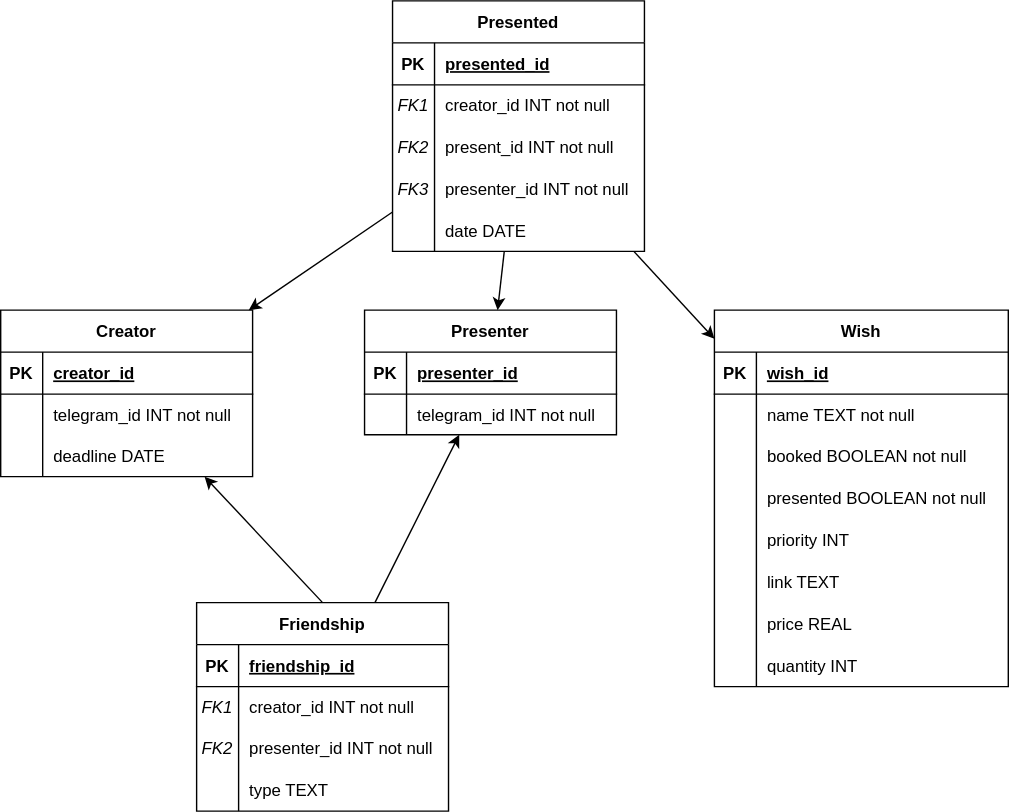
The draw.io diagram db_schema.svg in olegfafurin/lauzhack-2022, before a commit. Source tidied: cells renumbered, new cells last; positions are measured from the earlier drawing's top-left corner, leaving out a move shared by most shapes.
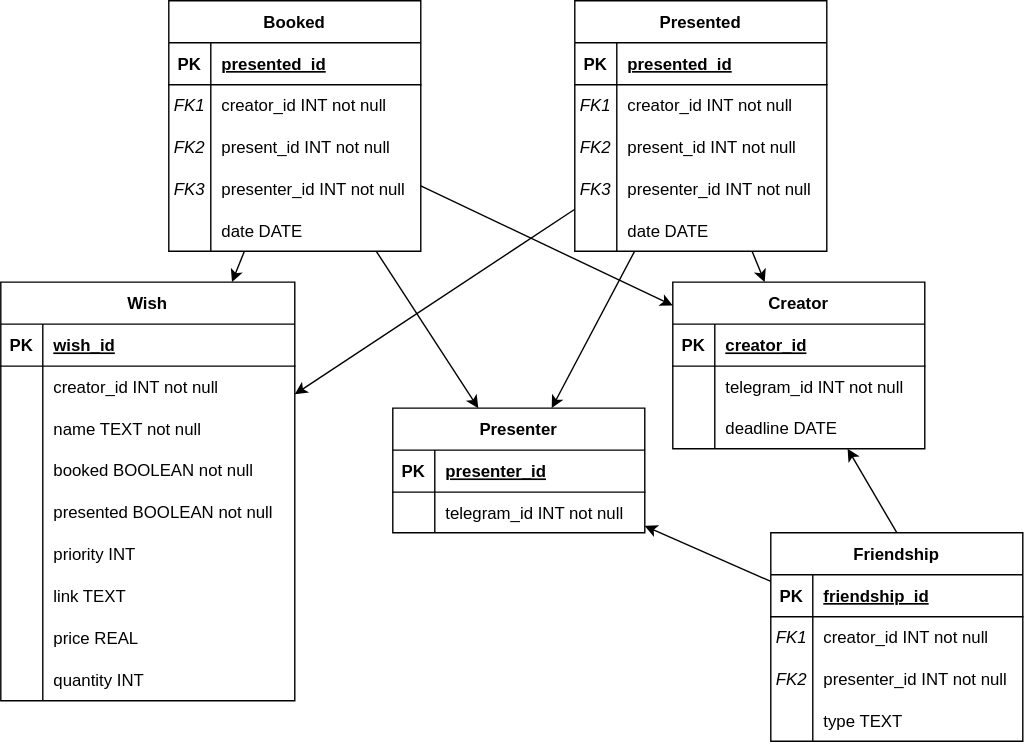
The same file after the commit.

Commit message:
Update schema: booked-presented separation

What changed in the source:
```diff
@@ -3,7 +3,7 @@
     <mxCell id="0" />
     <mxCell id="1" parent="0" />
     <mxCell id="2" value="Creator" style="shape=table;startSize=30;rowLines=0;fontStyle=1;align=center;" parent="1" vertex="1">
-      <mxGeometry y="221" width="180" height="119" as="geometry" />
+      <mxGeometry x="470" y="191" width="180" height="119" as="geometry" />
     </mxCell>
     <mxCell id="3" style="shape=tableRow;horizontal=0;startSize=0;swimlaneHead=0;swimlaneBody=0;fillColor=none;top=0;left=0;right=0;bottom=1;" parent="2" vertex="1">
       <mxGeometry y="30" width="180" height="30" as="geometry" />
@@ -33,7 +33,7 @@
       <mxGeometry x="30" width="150" height="30" as="geometry" />
     </mxCell>
     <mxCell id="12" value="Presenter" style="shape=table;startSize=30;rowLines=0;fontStyle=1;align=center;" parent="1" vertex="1">
-      <mxGeometry x="260" y="221" width="180" height="89" as="geometry" />
+      <mxGeometry x="270" y="281" width="180" height="89" as="geometry" />
     </mxCell>
     <mxCell id="13" style="shape=tableRow;horizontal=0;startSize=0;swimlaneHead=0;swimlaneBody=0;fillColor=none;top=0;left=0;right=0;bottom=1;" parent="12" vertex="1">
       <mxGeometry y="30" width="180" height="30" as="geometry" />
@@ -54,19 +54,28 @@
       <mxGeometry x="30" width="150" height="29" as="geometry" />
     </mxCell>
     <mxCell id="19" value="Wish" style="shape=table;startSize=30;rowLines=0;fontStyle=1;align=center;" parent="1" vertex="1">
-      <mxGeometry x="510" y="221" width="210" height="269" as="geometry" />
+      <mxGeometry x="-10" y="191" width="210" height="299" as="geometry" />
     </mxCell>
+    <mxCell id="78" style="shape=tableRow;horizontal=0;startSize=0;swimlaneHead=0;swimlaneBody=0;fillColor=none;top=0;left=0;right=0;bottom=1;" parent="19" vertex="1">
+      <mxGeometry y="30" width="210" height="30" as="geometry" />
+    </mxCell>
+    <mxCell id="79" value="PK" style="shape=partialRectangle;fillColor=none;top=0;left=0;bottom=0;right=0;fontStyle=1;overflow=hidden;" parent="78" vertex="1">
+      <mxGeometry width="30" height="30" as="geometry" />
+    </mxCell>
+    <mxCell id="80" value="wish_id" style="shape=partialRectangle;fillColor=none;top=0;left=0;bottom=0;right=0;align=left;spacingLeft=6;fontStyle=5;overflow=hidden;" parent="78" vertex="1">
+      <mxGeometry x="30" width="180" height="30" as="geometry" />
+    </mxCell>
-    <mxCell id="20" style="shape=tableRow;horizontal=0;startSize=0;swimlaneHead=0;swimlaneBody=0;fillColor=none;top=0;left=0;right=0;bottom=1;" parent="19" vertex="1">
-      <mxGeometry y="30" width="210" height="30" as="geometry" />
+    <mxCell id="20" style="shape=tableRow;horizontal=0;startSize=0;swimlaneHead=0;swimlaneBody=0;fillColor=none;top=0;left=0;right=0;bottom=1;strokeColor=none;" parent="19" vertex="1">
+      <mxGeometry y="60" width="210" height="30" as="geometry" />
     </mxCell>
-    <mxCell id="21" value="PK" style="shape=partialRectangle;fillColor=none;top=0;left=0;bottom=0;right=0;fontStyle=1;overflow=hidden;" parent="20" vertex="1">
+    <mxCell id="21" style="shape=partialRectangle;fillColor=none;top=0;left=0;bottom=0;right=0;fontStyle=0;overflow=hidden;" parent="20" vertex="1">
       <mxGeometry width="30" height="30" as="geometry" />
     </mxCell>
-    <mxCell id="22" value="wish_id" style="shape=partialRectangle;fillColor=none;top=0;left=0;bottom=0;right=0;align=left;spacingLeft=6;fontStyle=5;overflow=hidden;" parent="20" vertex="1">
+    <mxCell id="22" value="creator_id INT not null" style="shape=partialRectangle;fillColor=none;top=0;left=0;bottom=0;right=0;align=left;spacingLeft=6;fontStyle=0;overflow=hidden;strokeColor=default;" parent="20" vertex="1">
       <mxGeometry x="30" width="180" height="30" as="geometry" />
     </mxCell>
     <mxCell id="23" style="shape=tableRow;horizontal=0;startSize=0;swimlaneHead=0;swimlaneBody=0;fillColor=none;top=0;left=0;right=0;bottom=0;" parent="19" vertex="1">
-      <mxGeometry y="60" width="210" height="29" as="geometry" />
+      <mxGeometry y="90" width="210" height="29" as="geometry" />
     </mxCell>
     <mxCell id="24" style="shape=partialRectangle;fillColor=none;top=0;left=0;bottom=0;right=0;overflow=hidden;" parent="23" vertex="1">
       <mxGeometry width="30" height="29" as="geometry" />
@@ -75,7 +84,7 @@
       <mxGeometry x="30" width="180" height="29" as="geometry" />
     </mxCell>
     <mxCell id="26" style="shape=tableRow;horizontal=0;startSize=0;swimlaneHead=0;swimlaneBody=0;fillColor=none;top=0;left=0;right=0;bottom=0;" parent="19" vertex="1">
-      <mxGeometry y="89" width="210" height="30" as="geometry" />
+      <mxGeometry y="119" width="210" height="30" as="geometry" />
     </mxCell>
     <mxCell id="27" style="shape=partialRectangle;fillColor=none;top=0;left=0;bottom=0;right=0;overflow=hidden;" parent="26" vertex="1">
       <mxGeometry width="30" height="30" as="geometry" />
@@ -84,7 +93,7 @@
       <mxGeometry x="30" width="180" height="30" as="geometry" />
     </mxCell>
     <mxCell id="29" style="shape=tableRow;horizontal=0;startSize=0;swimlaneHead=0;swimlaneBody=0;fillColor=none;top=0;left=0;right=0;bottom=0;" parent="19" vertex="1">
-      <mxGeometry y="119" width="210" height="30" as="geometry" />
+      <mxGeometry y="149" width="210" height="30" as="geometry" />
     </mxCell>
     <mxCell id="30" style="shape=partialRectangle;fillColor=none;top=0;left=0;bottom=0;right=0;overflow=hidden;" parent="29" vertex="1">
       <mxGeometry width="30" height="30" as="geometry" />
@@ -93,7 +102,7 @@
       <mxGeometry x="30" width="180" height="30" as="geometry" />
     </mxCell>
     <mxCell id="32" style="shape=tableRow;horizontal=0;startSize=0;swimlaneHead=0;swimlaneBody=0;fillColor=none;top=0;left=0;right=0;bottom=0;" parent="19" vertex="1">
-      <mxGeometry y="149" width="210" height="30" as="geometry" />
+      <mxGeometry y="179" width="210" height="30" as="geometry" />
     </mxCell>
     <mxCell id="33" style="shape=partialRectangle;fillColor=none;top=0;left=0;bottom=0;right=0;overflow=hidden;" parent="32" vertex="1">
       <mxGeometry width="30" height="30" as="geometry" />
@@ -102,7 +111,7 @@
       <mxGeometry x="30" width="180" height="30" as="geometry" />
     </mxCell>
     <mxCell id="35" style="shape=tableRow;horizontal=0;startSize=0;swimlaneHead=0;swimlaneBody=0;fillColor=none;top=0;left=0;right=0;bottom=0;" parent="19" vertex="1">
-      <mxGeometry y="179" width="210" height="30" as="geometry" />
+      <mxGeometry y="209" width="210" height="30" as="geometry" />
     </mxCell>
     <mxCell id="36" style="shape=partialRectangle;fillColor=none;top=0;left=0;bottom=0;right=0;overflow=hidden;" parent="35" vertex="1">
       <mxGeometry width="30" height="30" as="geometry" />
@@ -111,7 +120,7 @@
       <mxGeometry x="30" width="180" height="30" as="geometry" />
     </mxCell>
     <mxCell id="38" style="shape=tableRow;horizontal=0;startSize=0;swimlaneHead=0;swimlaneBody=0;fillColor=none;top=0;left=0;right=0;bottom=0;" parent="19" vertex="1">
-      <mxGeometry y="209" width="210" height="30" as="geometry" />
+      <mxGeometry y="239" width="210" height="30" as="geometry" />
     </mxCell>
     <mxCell id="39" style="shape=partialRectangle;fillColor=none;top=0;left=0;bottom=0;right=0;overflow=hidden;" parent="38" vertex="1">
       <mxGeometry width="30" height="30" as="geometry" />
@@ -120,7 +129,7 @@
       <mxGeometry x="30" width="180" height="30" as="geometry" />
     </mxCell>
     <mxCell id="41" style="shape=tableRow;horizontal=0;startSize=0;swimlaneHead=0;swimlaneBody=0;fillColor=none;top=0;left=0;right=0;bottom=0;" parent="19" vertex="1">
-      <mxGeometry y="239" width="210" height="30" as="geometry" />
+      <mxGeometry y="269" width="210" height="30" as="geometry" />
     </mxCell>
     <mxCell id="42" style="shape=partialRectangle;fillColor=none;top=0;left=0;bottom=0;right=0;overflow=hidden;" parent="41" vertex="1">
       <mxGeometry width="30" height="30" as="geometry" />
@@ -128,8 +137,8 @@
     <mxCell id="43" value="quantity INT" style="shape=partialRectangle;fillColor=none;top=0;left=0;bottom=0;right=0;align=left;spacingLeft=6;overflow=hidden;" parent="41" vertex="1">
       <mxGeometry x="30" width="180" height="30" as="geometry" />
     </mxCell>
-    <mxCell id="44" value="Presented" style="shape=table;startSize=30;rowLines=0;fontStyle=1;align=center;" parent="1" vertex="1">
-      <mxGeometry x="280" width="180" height="179" as="geometry" />
+    <mxCell id="44" value="Booked" style="shape=table;startSize=30;rowLines=0;fontStyle=1;align=center;" parent="1" vertex="1">
+      <mxGeometry x="110" y="-10" width="180" height="179" as="geometry" />
     </mxCell>
     <mxCell id="45" style="shape=tableRow;horizontal=0;startSize=0;swimlaneHead=0;swimlaneBody=0;fillColor=none;top=0;left=0;right=0;bottom=1;" parent="44" vertex="1">
       <mxGeometry y="30" width="180" height="30" as="geometry" />
@@ -177,7 +186,7 @@
       <mxGeometry x="30" width="150" height="30" as="geometry" />
     </mxCell>
     <mxCell id="60" value="Friendship" style="shape=table;startSize=30;rowLines=0;fontStyle=1;align=center;" parent="1" vertex="1">
-      <mxGeometry x="140" y="430" width="180" height="149" as="geometry" />
+      <mxGeometry x="540" y="370" width="180" height="149" as="geometry" />
     </mxCell>
     <mxCell id="61" style="shape=tableRow;horizontal=0;startSize=0;swimlaneHead=0;swimlaneBody=0;fillColor=none;top=0;left=0;right=0;bottom=1;" parent="60" vertex="1">
       <mxGeometry y="30" width="180" height="30" as="geometry" />
@@ -230,5 +239,62 @@
     <mxCell id="77" style="endArrow=classic;html=1;rounded=0;" parent="1" edge="1" source="60" target="12">
       <mxGeometry relative="1" as="geometry" />
     </mxCell>
+    <mxCell id="81" value="Presented" style="shape=table;startSize=30;rowLines=0;fontStyle=1;align=center;" parent="1" vertex="1">
+      <mxGeometry x="400" y="-10" width="180" height="179" as="geometry" />
+    </mxCell>
+    <mxCell id="82" style="shape=tableRow;horizontal=0;startSize=0;swimlaneHead=0;swimlaneBody=0;fillColor=none;top=0;left=0;right=0;bottom=1;" parent="81" vertex="1">
+      <mxGeometry y="30" width="180" height="30" as="geometry" />
+    </mxCell>
+    <mxCell id="83" value="PK" style="shape=partialRectangle;fillColor=none;top=0;left=0;bottom=0;right=0;fontStyle=1;overflow=hidden;" parent="82" vertex="1">
+      <mxGeometry width="30" height="30" as="geometry" />
+    </mxCell>
+    <mxCell id="84" value="presented_id" style="shape=partialRectangle;fillColor=none;top=0;left=0;bottom=0;right=0;align=left;spacingLeft=6;fontStyle=5;overflow=hidden;" parent="82" vertex="1">
+      <mxGeometry x="30" width="150" height="30" as="geometry" />
+    </mxCell>
+    <mxCell id="85" style="shape=tableRow;horizontal=0;startSize=0;swimlaneHead=0;swimlaneBody=0;fillColor=none;top=0;left=0;right=0;bottom=0;" parent="81" vertex="1">
+      <mxGeometry y="60" width="180" height="29" as="geometry" />
+    </mxCell>
+    <mxCell id="86" value="FK1" style="shape=partialRectangle;fillColor=none;top=0;left=0;bottom=0;right=0;overflow=hidden;fontStyle=2;" parent="85" vertex="1">
+      <mxGeometry width="30" height="29" as="geometry" />
+    </mxCell>
+    <mxCell id="87" value="creator_id INT not null" style="shape=partialRectangle;fillColor=none;top=0;left=0;bottom=0;right=0;align=left;spacingLeft=6;overflow=hidden;" parent="85" vertex="1">
+      <mxGeometry x="30" width="150" height="29" as="geometry" />
+    </mxCell>
+    <mxCell id="88" style="shape=tableRow;horizontal=0;startSize=0;swimlaneHead=0;swimlaneBody=0;fillColor=none;top=0;left=0;right=0;bottom=0;" parent="81" vertex="1">
+      <mxGeometry y="89" width="180" height="30" as="geometry" />
+    </mxCell>
+    <mxCell id="89" value="FK2" style="shape=partialRectangle;fillColor=none;top=0;left=0;bottom=0;right=0;overflow=hidden;fontStyle=2;" parent="88" vertex="1">
+      <mxGeometry width="30" height="30" as="geometry" />
+    </mxCell>
+    <mxCell id="90" value="present_id INT not null" style="shape=partialRectangle;fillColor=none;top=0;left=0;bottom=0;right=0;align=left;spacingLeft=6;overflow=hidden;" parent="88" vertex="1">
+      <mxGeometry x="30" width="150" height="30" as="geometry" />
+    </mxCell>
+    <mxCell id="91" style="shape=tableRow;horizontal=0;startSize=0;swimlaneHead=0;swimlaneBody=0;fillColor=none;top=0;left=0;right=0;bottom=0;" parent="81" vertex="1">
+      <mxGeometry y="119" width="180" height="30" as="geometry" />
+    </mxCell>
+    <mxCell id="92" value="FK3" style="shape=partialRectangle;fillColor=none;top=0;left=0;bottom=0;right=0;overflow=hidden;fontStyle=2;" parent="91" vertex="1">
+      <mxGeometry width="30" height="30" as="geometry" />
+    </mxCell>
+    <mxCell id="93" value="presenter_id INT not null" style="shape=partialRectangle;fillColor=none;top=0;left=0;bottom=0;right=0;align=left;spacingLeft=6;overflow=hidden;" parent="91" vertex="1">
+      <mxGeometry x="30" width="150" height="30" as="geometry" />
+    </mxCell>
+    <mxCell id="94" style="shape=tableRow;horizontal=0;startSize=0;swimlaneHead=0;swimlaneBody=0;fillColor=none;top=0;left=0;right=0;bottom=0;" parent="81" vertex="1">
+      <mxGeometry y="149" width="180" height="30" as="geometry" />
+    </mxCell>
+    <mxCell id="95" style="shape=partialRectangle;fillColor=none;top=0;left=0;bottom=0;right=0;overflow=hidden;" parent="94" vertex="1">
+      <mxGeometry width="30" height="30" as="geometry" />
+    </mxCell>
+    <mxCell id="96" value="date DATE" style="shape=partialRectangle;fillColor=none;top=0;left=0;bottom=0;right=0;align=left;spacingLeft=6;overflow=hidden;" parent="94" vertex="1">
+      <mxGeometry x="30" width="150" height="30" as="geometry" />
+    </mxCell>
+    <mxCell id="97" style="endArrow=classic;html=1;rounded=0;" parent="1" edge="1" source="81" target="19">
+      <mxGeometry relative="1" as="geometry" />
+    </mxCell>
+    <mxCell id="98" style="endArrow=classic;html=1;rounded=0;" parent="1" edge="1" source="81" target="12">
+      <mxGeometry relative="1" as="geometry" />
+    </mxCell>
+    <mxCell id="99" style="endArrow=classic;html=1;rounded=0;" parent="1" edge="1" source="81" target="2">
+      <mxGeometry relative="1" as="geometry" />
+    </mxCell>
   </root>
 </mxGraphModel>
```
